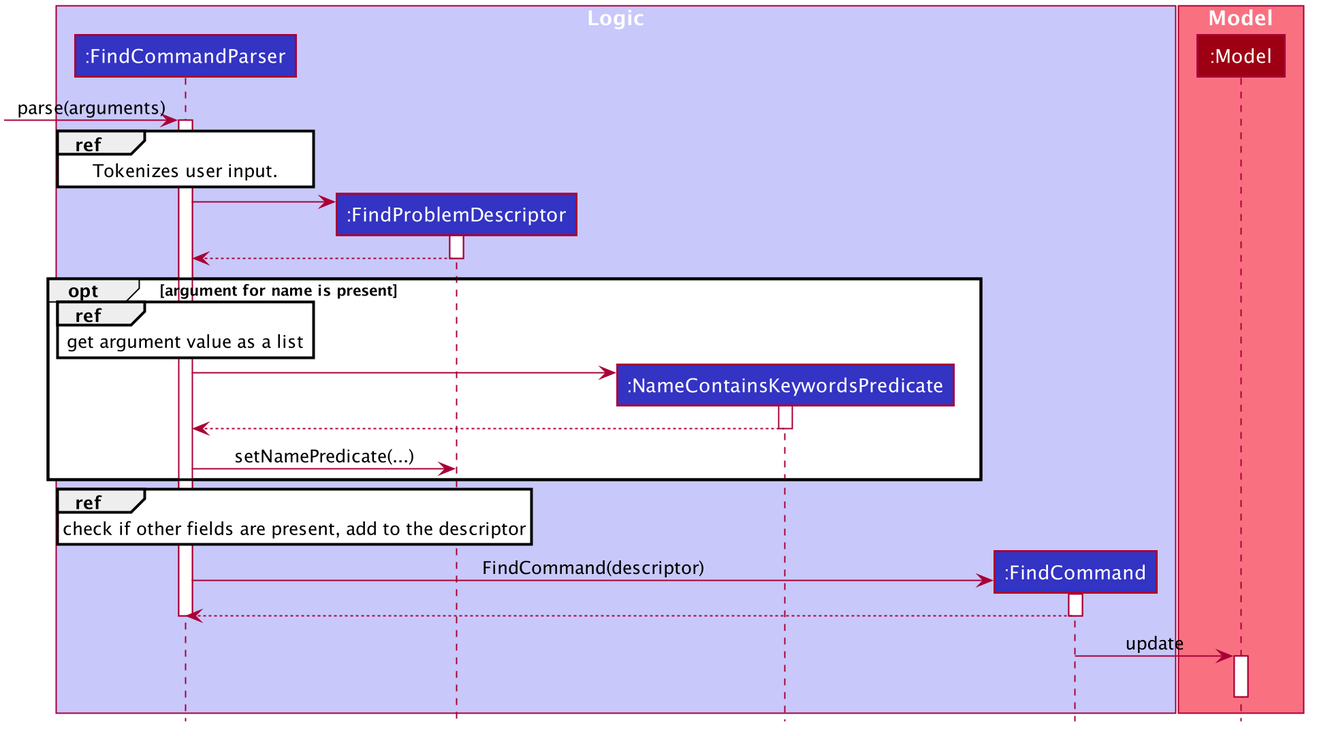
nus-cs2103-AY1920S1/addressbook-level3 keeps this PlantUML diagram as docs/images/find/FindCommandSequenceDiagram.png. Above is the earlier version.
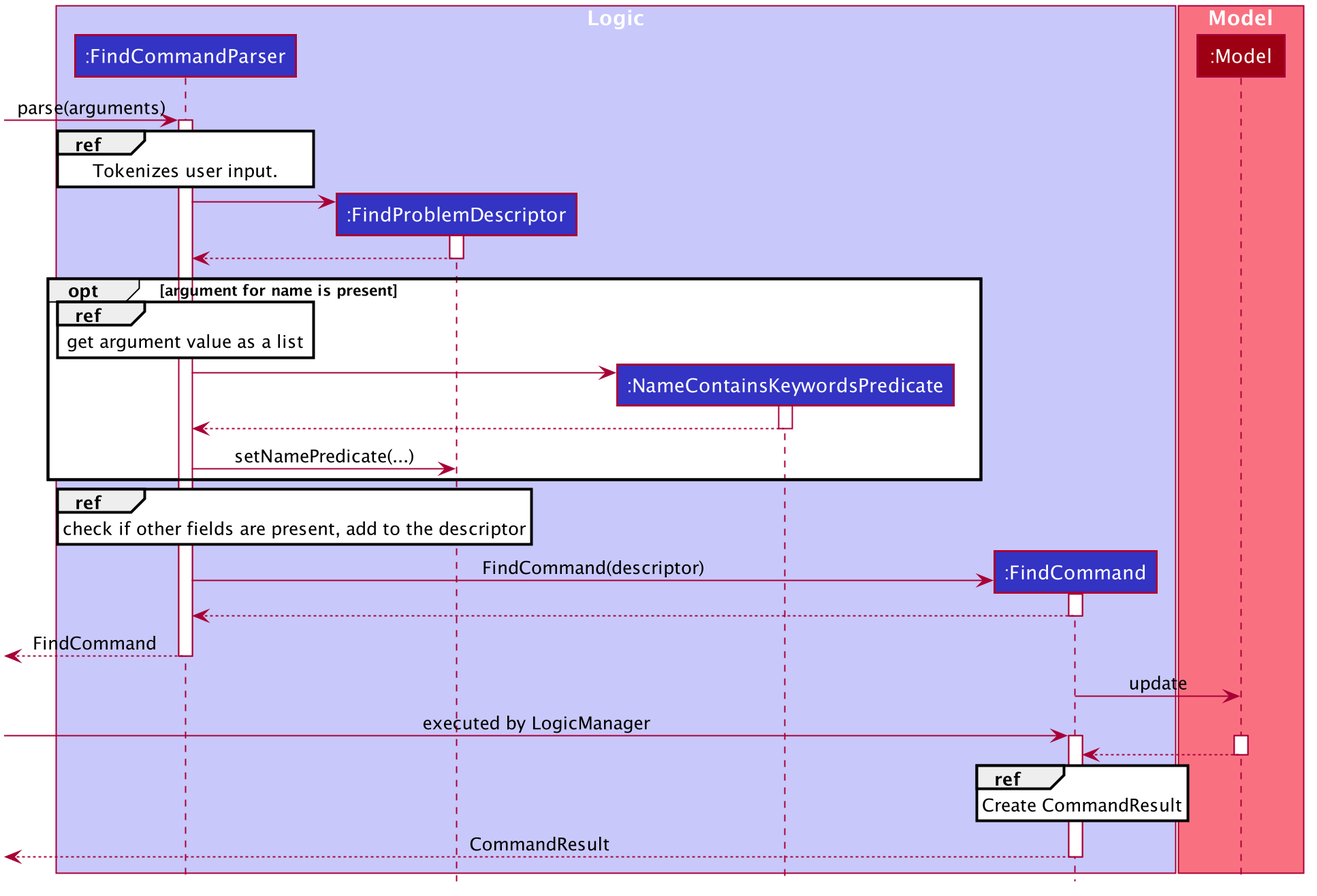
The same file after the commit.

Commit message:
Fix some bugs Closes #109, closes #110 Further simplifies sequence diagram for find command

What changed in the source:
```diff
@@ -77,13 +77,20 @@
     activate FindCommand
         FindCommand --> FindCommandParser
     deactivate FindCommand
+    [<-- FindCommandParser : FindCommand
 deactivate FindCommandParser
 end box
 
 box "Model" #F97181
 participant ":Model" as Model #9D0012
 FindCommand -> Model : update
+[-> FindCommand : executed by LogicManager
+activate FindCommand
 activate Model
+Model --> FindCommand
 deactivate Model
+ref over FindCommand: Create CommandResult
+[<-- FindCommand : CommandResult
+deactivate FindCommand
 end box
 @enduml
```
